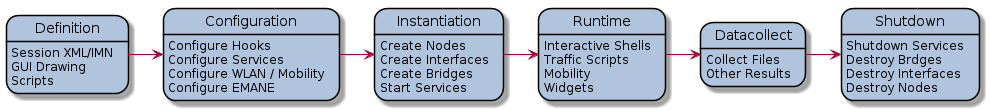
This is docs/static/workflow.png from pexip/os-core-network, a PlantUML export, as it was before one commit. The source it was exported from:
```plantuml
@startuml
skinparam {
    RoundCorner 8
    StateBorderColor #Black
    StateBackgroundColor #LightSteelBlue
}

Definition: Session XML/IMN
Definition: GUI Drawing
Definition: Scripts

Configuration: Configure Hooks
Configuration: Configure Services
Configuration: Configure WLAN / Mobility
Configuration: Configure EMANE

Instantiation: Create Nodes
Instantiation: Create Interfaces
Instantiation: Create Bridges
Instantiation: Start Services

Runtime: Interactive Shells
Runtime: Traffic Scripts
Runtime: Mobility
Runtime: Widgets

Datacollect: Collect Files
Datacollect: Other Results

Shutdown: Shutdown Services
Shutdown: Destroy Brdges
Shutdown: Destroy Interfaces
Shutdown: Destroy Nodes

Definition -> Configuration
Configuration -> Instantiation
Instantiation -> Runtime
Runtime -> Datacollect
Datacollect -> Shutdown
@enduml
```
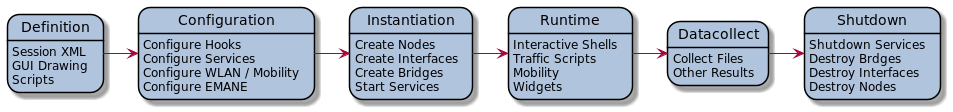
After the commit.

The edit, as a diff of the source:
```diff
@@ -5,7 +5,7 @@
     StateBackgroundColor #LightSteelBlue
 }
 
-Definition: Session XML/IMN
+Definition: Session XML
 Definition: GUI Drawing
 Definition: Scripts
 
```
